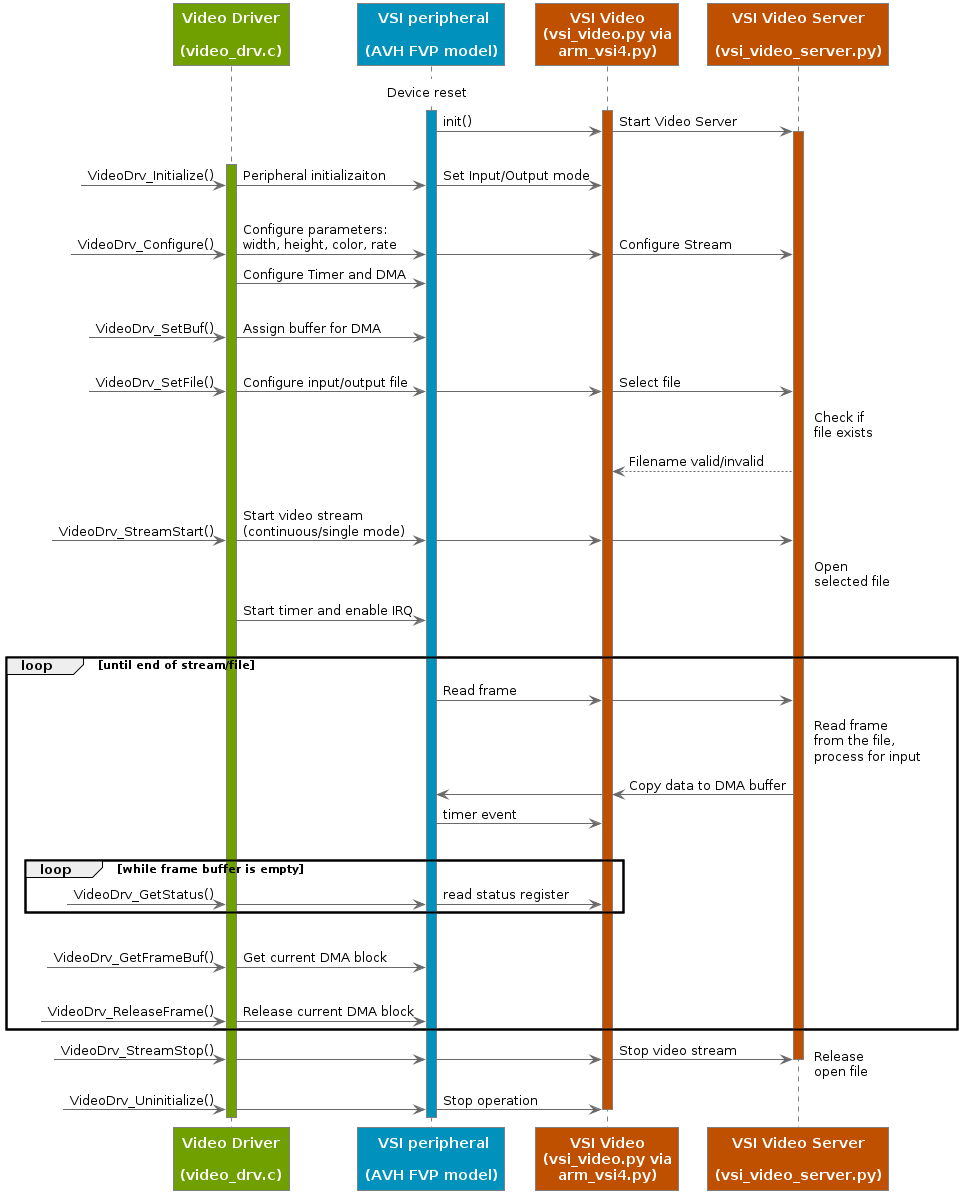
Earlier version of the PlantUML export main/simulation/html/using_video_vsi_uml.png (ARM-software/AVH).
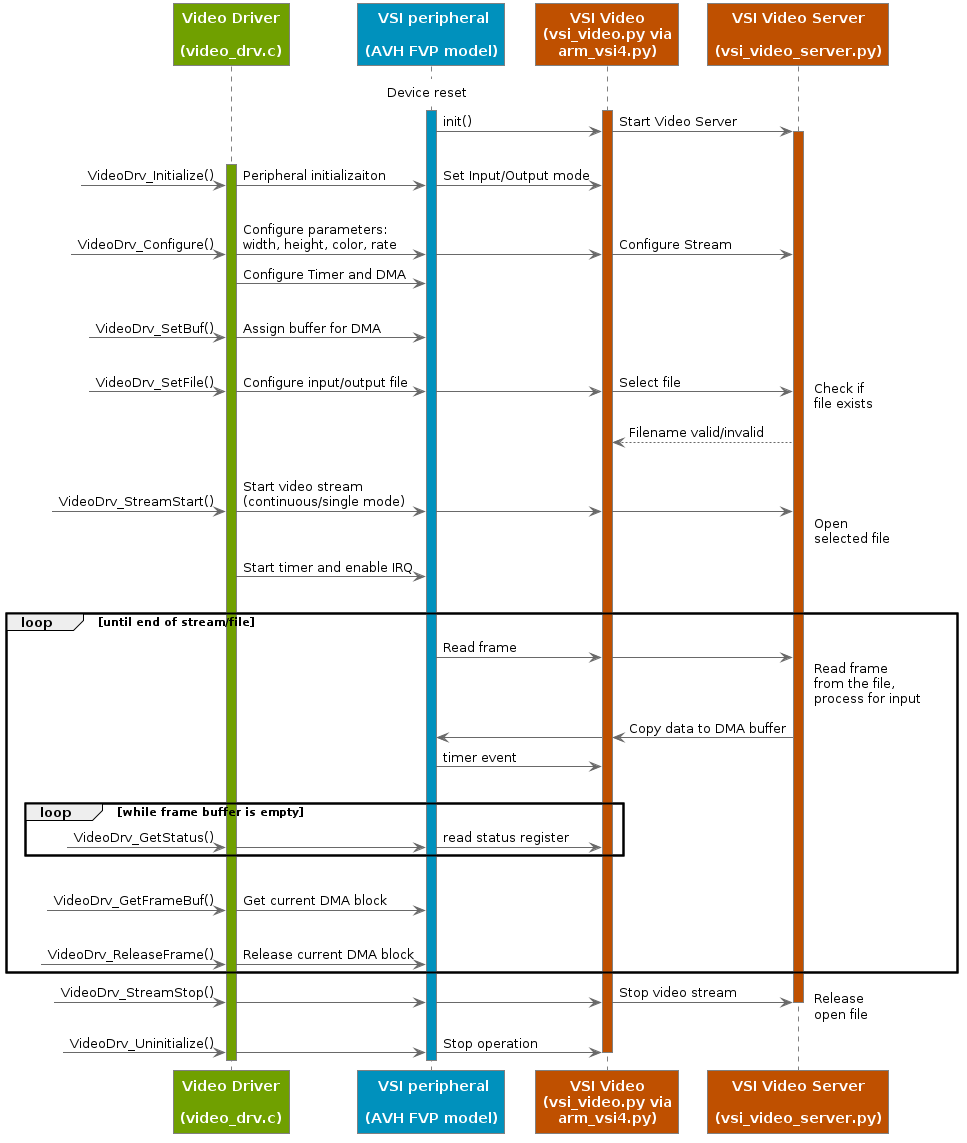
The same file after the commit.

Change to the diagram source:
```diff
@@ -57,7 +57,7 @@
 & VideoDrv -> VSIPer : Configure input/output file
 & VSIPer -> VSIVideopy
 & VSIVideopy -> VSIVideoSrvpy : Select file
-note right of VSIVideoSrvpy : Check if\nfile exists
+note right : Check if\nfile exists
 VSIVideopy <-- VSIVideoSrvpy : Filename valid/invalid
 
 |||
@@ -66,7 +66,7 @@
 & VideoDrv -> VSIPer : Start video stream\n(continuous/single mode)
 & VSIPer -> VSIVideopy
 & VSIVideopy -> VSIVideoSrvpy
-note right of VSIVideoSrvpy : Open\nselected file
+note right : Open\nselected file
 VideoDrv -> VSIPer : Start timer and enable IRQ
 
 |||
@@ -74,7 +74,7 @@
 loop until end of stream/file
 VSIPer -> VSIVideopy : Read frame
 & VSIVideopy -> VSIVideoSrvpy
-note right of VSIVideoSrvpy : Read frame\nfrom the file,\nprocess for input
+note right : Read frame\nfrom the file,\nprocess for input
 VSIVideopy <- VSIVideoSrvpy : Copy data to DMA buffer
 & VSIPer <- VSIVideopy
 VSIPer -> VSIVideopy : timer event
```
